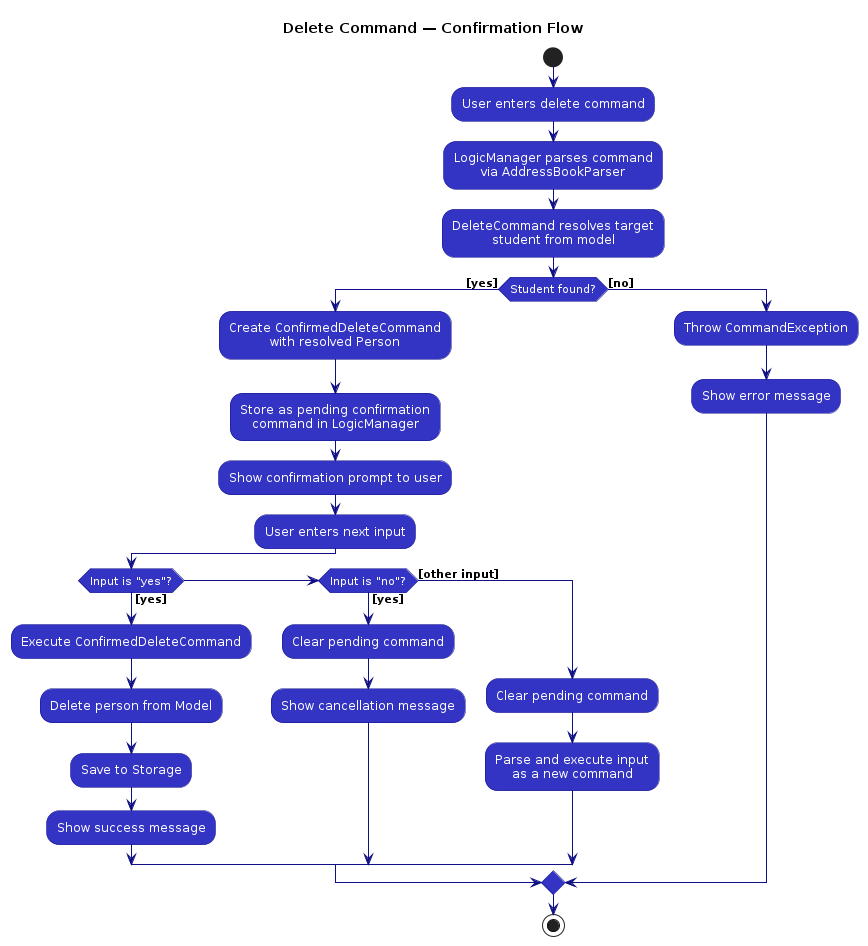
AY2526S2-CS2103T-F10-3/tp keeps this PlantUML diagram as diagrams/DeleteConfirmationActivityDiagram.png. Above is the earlier version. Its source is kept beside it as diagrams/DeleteConfirmationActivityDiagram.puml.
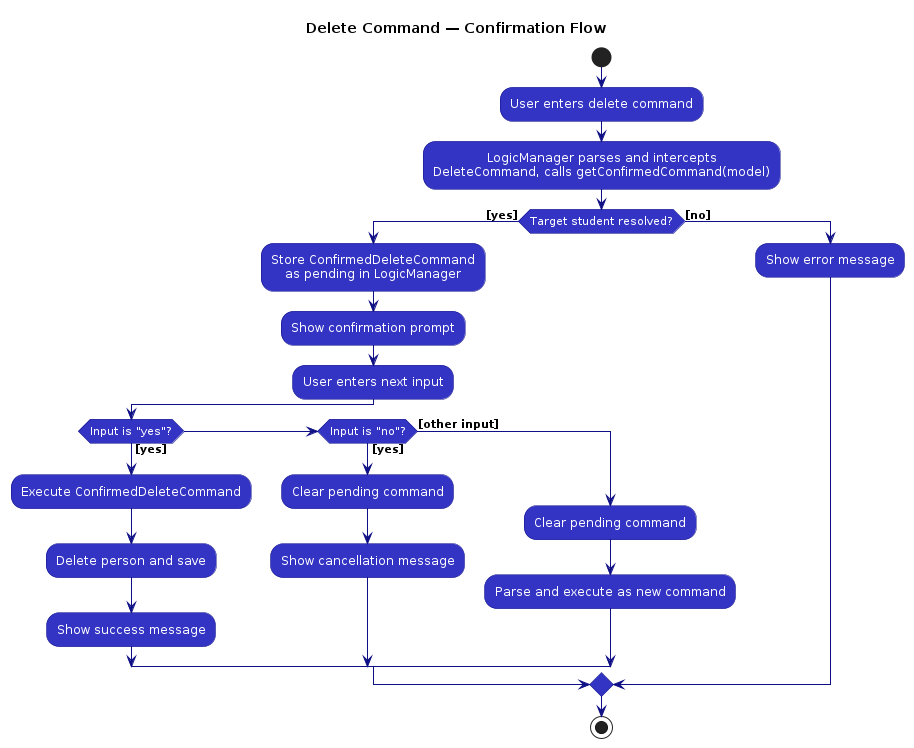
After the change.

Diff of the diagram source:
```diff
@@ -14,36 +14,28 @@
 
 :User enters delete command;
 
-:LogicManager parses command
-via AddressBookParser;
+:LogicManager parses and intercepts
+DeleteCommand, calls getConfirmedCommand(model);
 
-:DeleteCommand resolves target
-student from model;
-
-if (Student found?) then ([yes])
-    :Create ConfirmedDeleteCommand
-    with resolved Person;
-    :Store as pending confirmation
-    command in LogicManager;
-    :Show confirmation prompt to user;
+if (Target student resolved?) then ([yes])
+    :Store ConfirmedDeleteCommand
+    as pending in LogicManager;
+    :Show confirmation prompt;
 
     :User enters next input;
 
     if (Input is "yes"?) then ([yes])
         :Execute ConfirmedDeleteCommand;
-        :Delete person from Model;
-        :Save to Storage;
+        :Delete person and save;
         :Show success message;
     elseif (Input is "no"?) then ([yes])
         :Clear pending command;
         :Show cancellation message;
     else ([other input])
         :Clear pending command;
-        :Parse and execute input
-        as a new command;
+        :Parse and execute as new command;
     endif
 else ([no])
-    :Throw CommandException;
     :Show error message;
 endif
 
```
